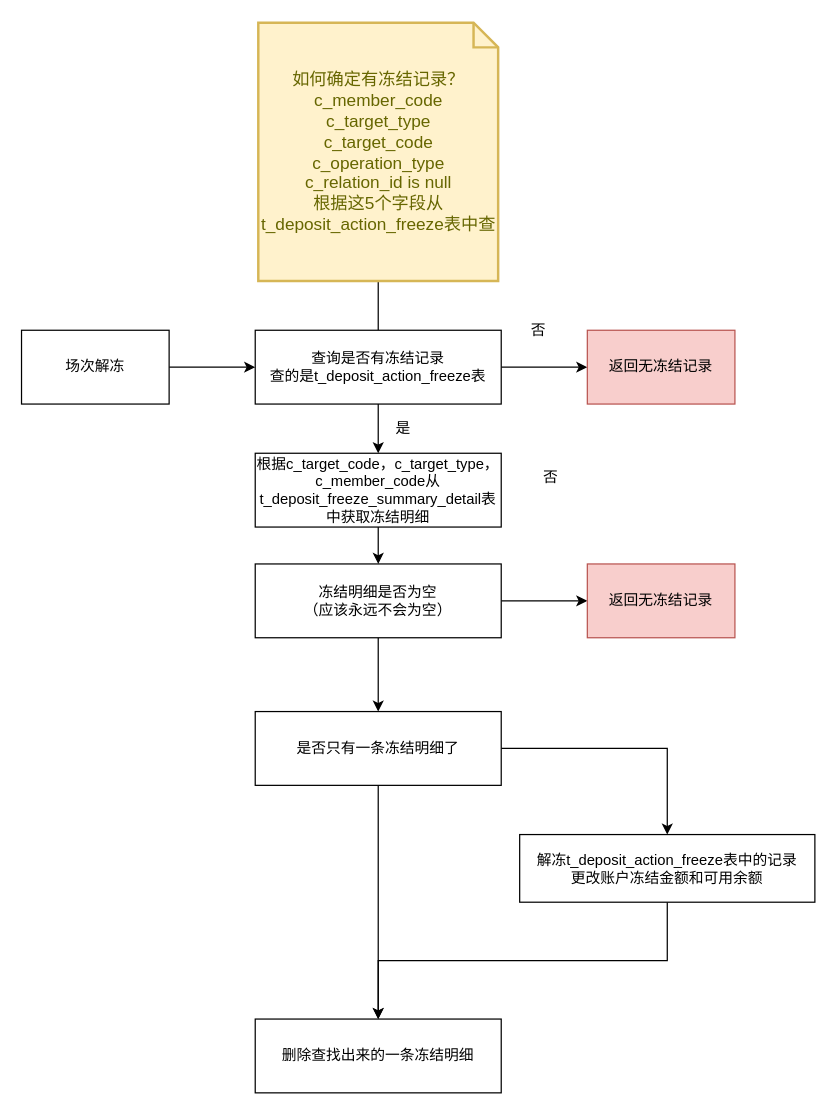
Earlier version of the draw.io diagram trade-deposit/按照场解冻.drawio (erlieStar/diagrams). Source tidied: cells renumbered, new cells numbered last; positions are measured from the earlier drawing's top-left corner, leaving out a move shared by most shapes. Both pictures are drawn from the tidied source at 123%, with x=0, y=0 at pixel (21, 22).
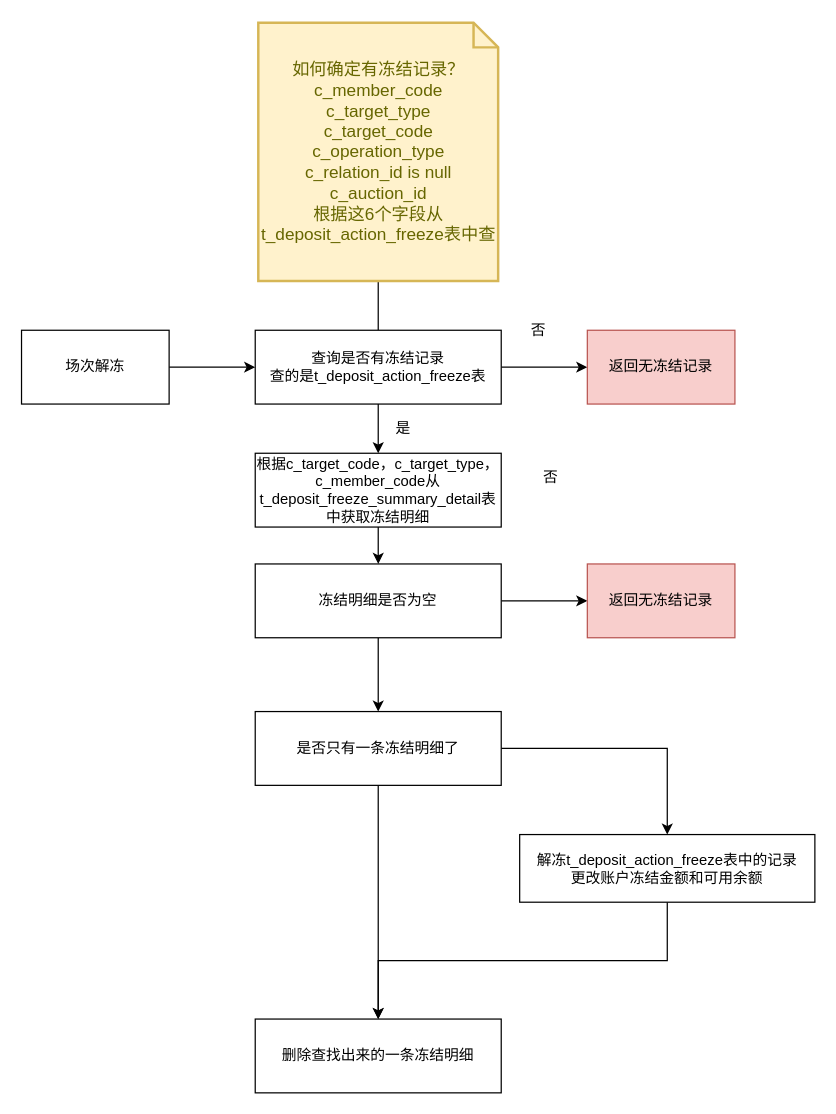
Above is the later version.

Commit message (it also covers changes not shown here):
Update 按照场解冻.drawio

The edit, as a diff of the source:
```diff
@@
-    <mxCell id="9" value="如何确定有冻结记录？&lt;br&gt;&lt;div&gt;c_member_code&lt;/div&gt;&lt;div&gt;c_target_type&lt;/div&gt;&lt;div&gt;c_target_code&lt;/div&gt;&lt;div&gt;c_operation_type&lt;/div&gt;&lt;div&gt;c_relation_id is null&lt;/div&gt;&lt;div&gt;根据这5个字段从t_deposit_action_freeze表中查&lt;/div&gt;" style="shape=note;strokeWidth=2;fontSize=14;size=20;whiteSpace=wrap;html=1;fillColor=#fff2cc;strokeColor=#d6b656;fontColor=#666600;" parent="1" vertex="1">
+    <mxCell id="9" value="如何确定有冻结记录？&lt;br&gt;&lt;div&gt;c_member_code&lt;/div&gt;&lt;div&gt;c_target_type&lt;/div&gt;&lt;div&gt;c_target_code&lt;/div&gt;&lt;div&gt;c_operation_type&lt;/div&gt;&lt;div&gt;c_relation_id is null&lt;/div&gt;&lt;div&gt;c_auction_id&lt;/div&gt;&lt;div&gt;根据这6个字段从t_deposit_action_freeze表中查&lt;/div&gt;" style="shape=note;strokeWidth=2;fontSize=14;size=20;whiteSpace=wrap;html=1;fillColor=#fff2cc;strokeColor=#d6b656;fontColor=#666600;" parent="1" vertex="1">
       <mxGeometry x="192.5" width="195" height="210" as="geometry" />
     </mxCell>
@@
-    <mxCell id="12" value="冻结明细是否为空&lt;br&gt;（应该永远不会为空）" style="rounded=0;whiteSpace=wrap;html=1;" parent="1" vertex="1">
+    <mxCell id="12" value="冻结明细是否为空" style="rounded=0;whiteSpace=wrap;html=1;" parent="1" vertex="1">
       <mxGeometry x="190" y="440" width="200" height="60" as="geometry" />
     </mxCell>
```
